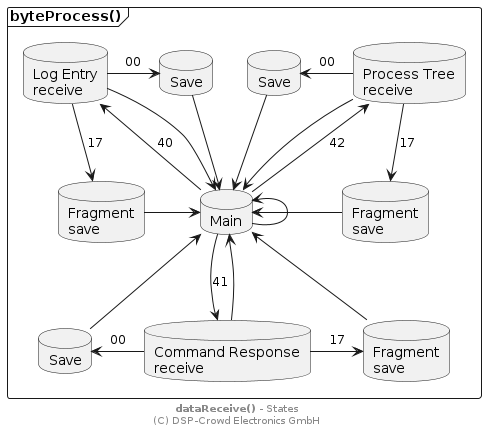
Earlier version of the PlantUML export doc/system/byte-process_states_1.png (NoOrientationProgramming/code-orb). The source it was exported from:
```plantuml
@startuml


frame "byteProcess()" as pRcv {

  database "Main" as sMain

  database "Log Entry\nreceive" as sLog
  database "Command Response\nreceive" as sCmd
  database "Process Tree\nreceive" as sProc

  database "Save" as sLogSave
  database "Fragment\nsave" as sLogFrag

  database "Save" as sCmdSave
  database "Fragment\nsave" as sCmdFrag

  database "Save" as sProcSave
  database "Fragment\nsave" as sProcFrag
}

sMain -u-> sMain

sMain -u-> sLog : 40
sMain <-u- sLog

sMain -d-> sCmd : 41
sMain <-d- sCmd

sMain -u-> sProc : 42
sMain <-u- sProc

sLog -r-> sLogSave : 00
sLog -d-> sLogFrag : 17

sCmd -l-> sCmdSave : 00
sCmd -r-> sCmdFrag : 17

sProc -l-> sProcSave : 00
sProc -d-> sProcFrag : 17

sLogSave -d-> sMain
sProcSave -d-> sMain

sLogFrag -r-> sMain
sProcFrag -l-> sMain

sMain <-d- sCmdSave
sMain <-d- sCmdFrag

footer **dataReceive()** - States\n(C) DSP-Crowd Electronics GmbH

@enduml
```
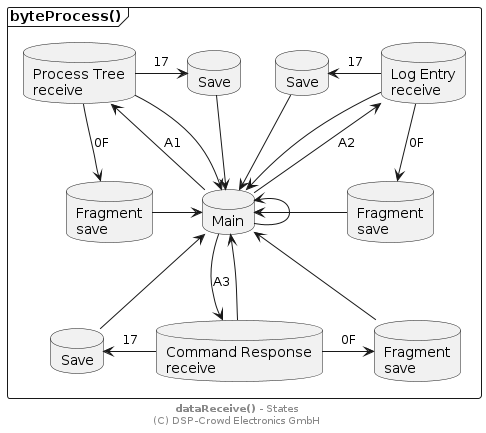
After the change.

What changed in the source:
```diff
@@ -5,9 +5,9 @@
 
   database "Main" as sMain
 
+  database "Process Tree\nreceive" as sProc
+  database "Command Response\nreceive" as sCmd
   database "Log Entry\nreceive" as sLog
-  database "Command Response\nreceive" as sCmd
-  database "Process Tree\nreceive" as sProc
 
   database "Save" as sLogSave
   database "Fragment\nsave" as sLogFrag
@@ -21,23 +21,23 @@
 
 sMain -u-> sMain
 
-sMain -u-> sLog : 40
+sMain -u-> sProc : A1
+sMain <-u- sProc
+
+sMain -u-> sLog : A2
 sMain <-u- sLog
 
-sMain -d-> sCmd : 41
+sMain -d-> sCmd : A3
 sMain <-d- sCmd
 
-sMain -u-> sProc : 42
-sMain <-u- sProc
+sProc -r-> sLogSave : 17
+sProc -d-> sLogFrag : 0F
 
-sLog -r-> sLogSave : 00
-sLog -d-> sLogFrag : 17
+sCmd -l-> sCmdSave : 17
+sCmd -r-> sCmdFrag : 0F
 
-sCmd -l-> sCmdSave : 00
-sCmd -r-> sCmdFrag : 17
-
-sProc -l-> sProcSave : 00
-sProc -d-> sProcFrag : 17
+sLog -l-> sProcSave : 17
+sLog -d-> sProcFrag : 0F
 
 sLogSave -d-> sMain
 sProcSave -d-> sMain
```
